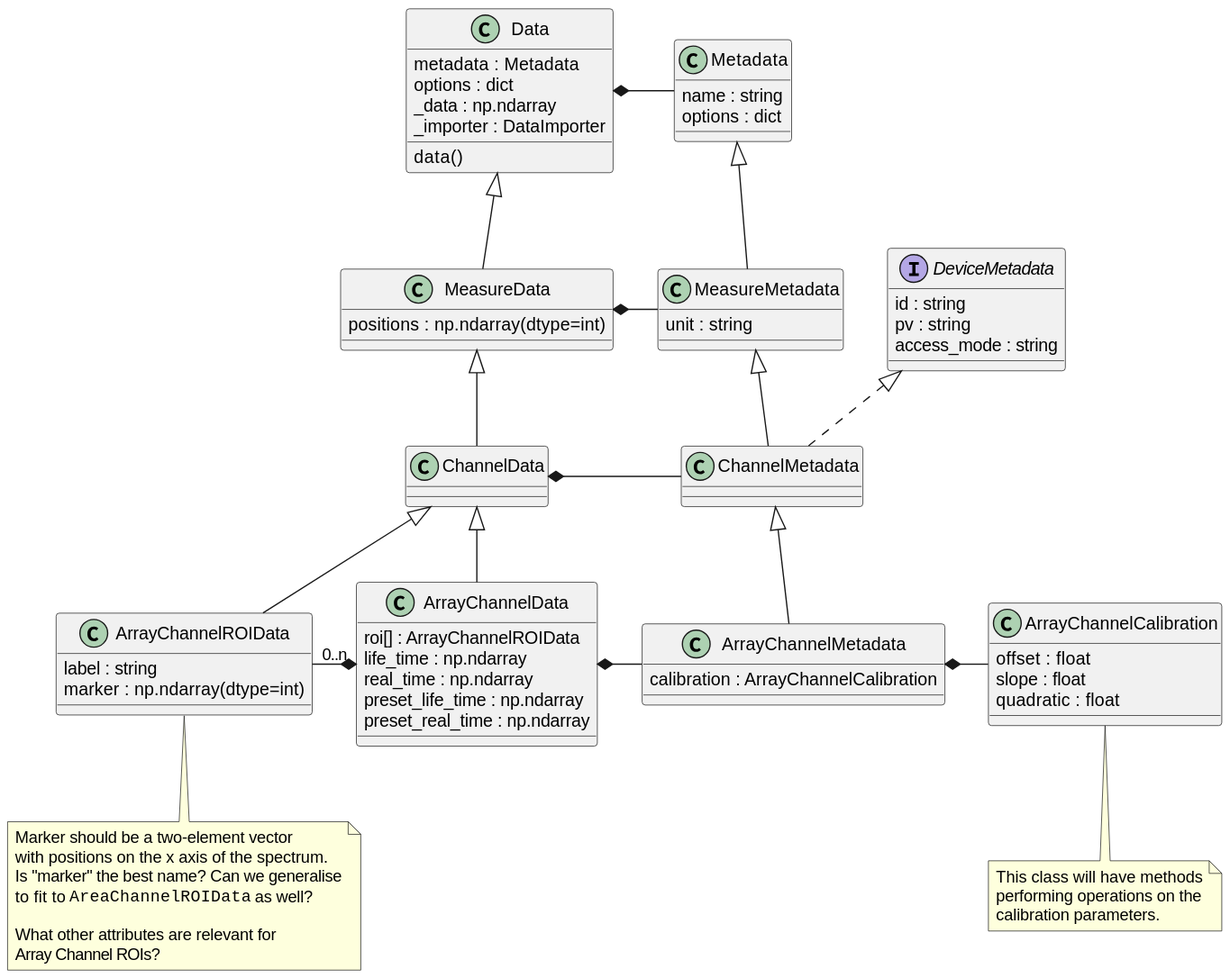
This is docs/uml/arraychannel.svg from tillbiskup/evedata, a PlantUML export, as it was before one commit.
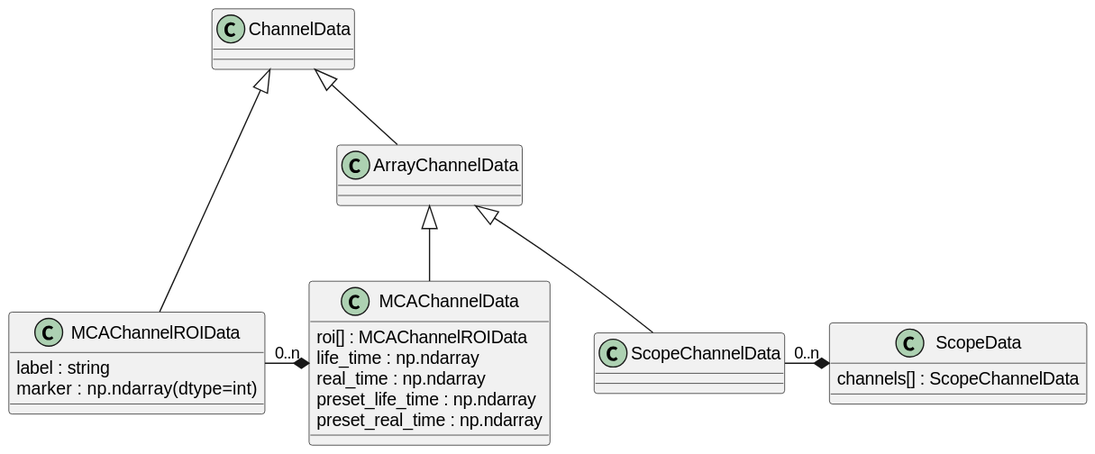
The same file after the commit.

Change to the diagram source:
```diff
@@ -1,83 +1,30 @@
 @startuml
 
-class Data {
-    metadata : Metadata
-    options : dict
-    _data : np.ndarray
-    _importer : DataImporter
-    data()
-}
+class ArrayChannelData extends ChannelData {}
 
-Data *- Metadata
+together {
+class ScopeChannelData extends ArrayChannelData
 
-class MeasureData extends Data {
-    {field} positions : np.ndarray(dtype=int)
-}
-
-MeasureData *- MeasureMetadata
-
-class ChannelData extends MeasureData
-
-ChannelData *- ChannelMetadata
-
-class ArrayChannelData extends ChannelData {
-    roi[] : ArrayChannelROIData
+class MCAChannelData extends ArrayChannelData {
+    roi[] : MCAChannelROIData
     life_time : np.ndarray
     real_time : np.ndarray
     preset_life_time : np.ndarray
     preset_real_time : np.ndarray
 }
 
-ArrayChannelData *- ArrayChannelMetadata
+MCAChannelROIData "0..n" -* MCAChannelData
 
-ArrayChannelROIData "0..n" -* ArrayChannelData
-
-class ArrayChannelROIData extends ChannelData{
+class MCAChannelROIData extends ChannelData {
     {field} label : string
     {field} marker : np.ndarray(dtype=int)
 }
-note bottom of ArrayChannelROIData
-    Marker should be a two-element vector
-    with positions on the x axis of the spectrum.
-    Is "marker" the best name? Can we generalise
-    to fit to ""AreaChannelROIData"" as well?
 
-    What other attributes are relevant for
-    Array Channel ROIs?
-end note
-
-
-class Metadata {
-    name : string
-    options : dict
+class ScopeData {
+    channels[] : ScopeChannelData
 }
 
-class MeasureMetadata extends Metadata {
-    unit : string
+ScopeChannelData "0..n" -* ScopeData
+
 }
-
-interface DeviceMetadata {
-    id : string
-    pv : string
-    access_mode : string
-}
-
-class ChannelMetadata extends MeasureMetadata implements DeviceMetadata
-
-class ArrayChannelMetadata extends ChannelMetadata {
-    calibration : ArrayChannelCalibration
-}
-
-ArrayChannelMetadata *- ArrayChannelCalibration
-
-class ArrayChannelCalibration {
-    offset : float
-    slope : float
-    quadratic : float
-}
-note bottom of ArrayChannelCalibration
-    This class will have methods
-    performing operations on the
-    calibration parameters.
-end note
 @enduml
```
